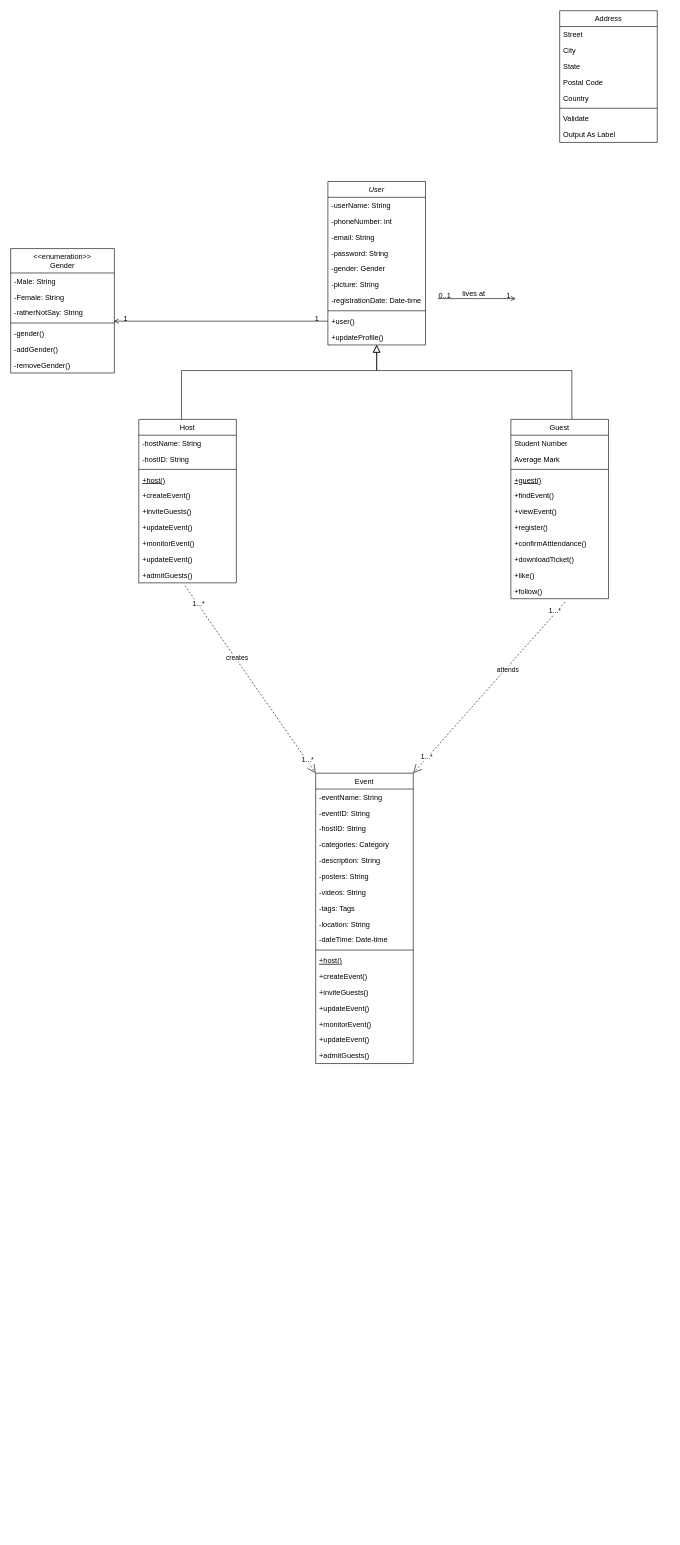
bujo-eayn/partydom keeps this draw.io diagram as Class Diagram.drawio. Above is the earlier version. Source tidied: cells renumbered, new cells numbered last; positions are measured from the earlier drawing's top-left corner, leaving out a move shared by most shapes. Both pictures are drawn from the tidied source at 61%, with x=0, y=0 at pixel (10, 10).
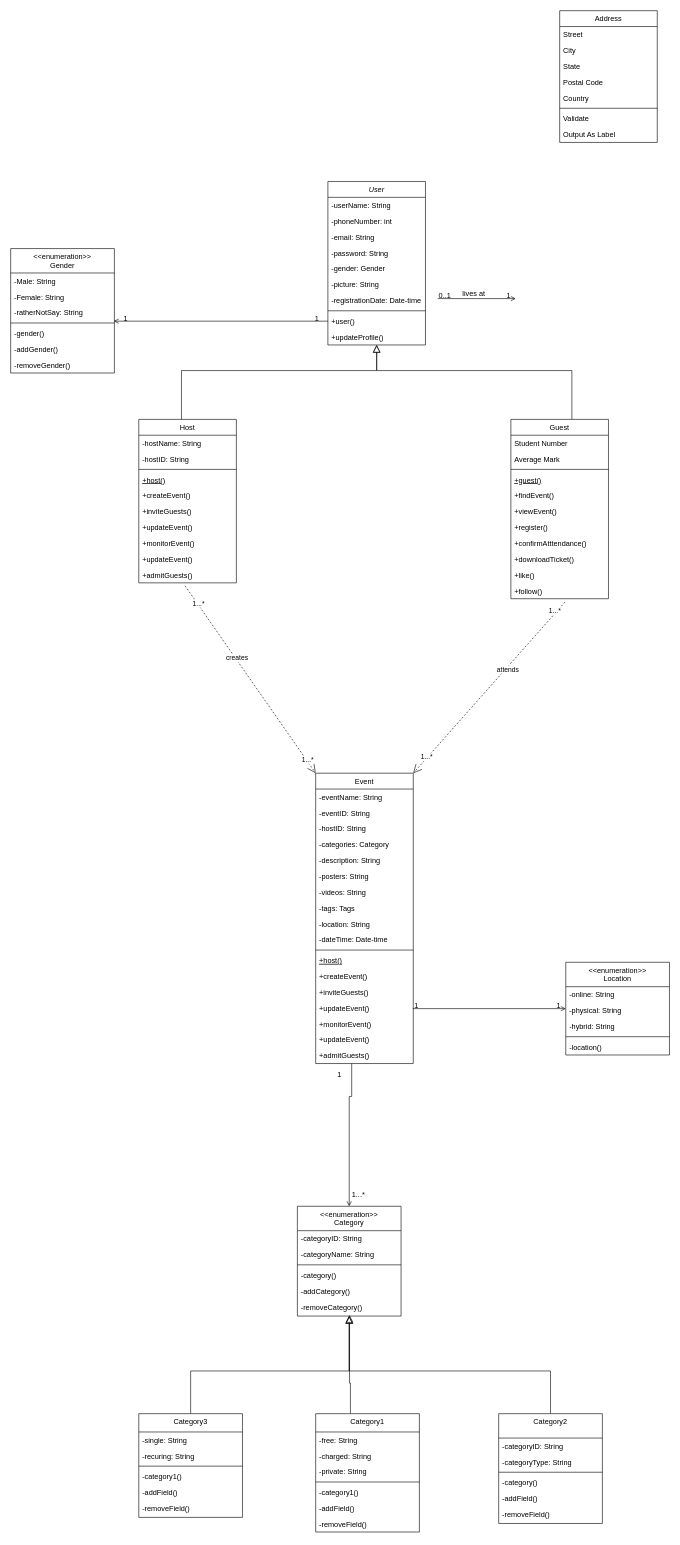
The same page after the edit.

The change refers to these unchanged cells:
```xml
<mxCell id="66" value="+updateEvent()" style="text;align=left;verticalAlign=top;spacingLeft=4;spacingRight=4;overflow=hidden;points=[[0,0.5],[1,0.5]];portConstraint=eastwest;" parent="51" vertex="1">
  <mxGeometry y="372" width="160" height="26" as="geometry" />
</mxCell>
<mxCell id="69" value="+admitGuests()" style="text;align=left;verticalAlign=top;spacingLeft=4;spacingRight=4;overflow=hidden;points=[[0,0.5],[1,0.5]];portConstraint=eastwest;" parent="51" vertex="1">
  <mxGeometry y="450" width="160" height="26" as="geometry" />
</mxCell>
```

What changed in the source:
```diff
@@
+    <mxCell id="89" value="&lt;&lt;enumeration&gt;&gt;&#10;Category" style="swimlane;fontStyle=0;align=center;verticalAlign=top;horizontal=1;startSize=40;rounded=0;shadow=0;strokeWidth=1;" parent="1" vertex="1">
+      <mxGeometry x="470" y="1960" width="170" height="180" as="geometry" />
+    </mxCell>
+    <mxCell id="90" value="-categoryID: String" style="text;align=left;verticalAlign=top;spacingLeft=4;spacingRight=4;overflow=hidden;" parent="89" vertex="1">
+      <mxGeometry y="40" width="170" height="26" as="geometry" />
+    </mxCell>
+    <mxCell id="91" value="-categoryName: String" style="text;align=left;verticalAlign=top;spacingLeft=4;spacingRight=4;overflow=hidden;rounded=0;shadow=0;html=0;" parent="89" vertex="1">
+      <mxGeometry y="66" width="170" height="26" as="geometry" />
+    </mxCell>
+    <mxCell id="92" style="line;html=1;strokeWidth=1;align=left;verticalAlign=middle;spacingTop=-1;spacingLeft=3;spacingRight=3;labelPosition=right;" parent="89" vertex="1">
+      <mxGeometry y="92" width="170" height="8" as="geometry" />
+    </mxCell>
+    <mxCell id="93" value="-category()" style="text;align=left;verticalAlign=top;spacingLeft=4;spacingRight=4;overflow=hidden;" parent="89" vertex="1">
+      <mxGeometry y="100" width="170" height="26" as="geometry" />
+    </mxCell>
+    <mxCell id="94" value="-addCategory()" style="text;align=left;verticalAlign=top;spacingLeft=4;spacingRight=4;overflow=hidden;" parent="89" vertex="1">
+      <mxGeometry y="126" width="170" height="26" as="geometry" />
+    </mxCell>
+    <mxCell id="95" value="-removeCategory()" style="text;align=left;verticalAlign=top;spacingLeft=4;spacingRight=4;overflow=hidden;points=[[0,0.5],[1,0.5]];portConstraint=eastwest;" parent="89" vertex="1">
+      <mxGeometry y="152" width="170" height="26" as="geometry" />
+    </mxCell>
+    <mxCell id="96" value="&lt;&lt;enumeration&gt;&gt;&#10;Location" style="swimlane;fontStyle=0;align=center;verticalAlign=top;horizontal=1;startSize=40;rounded=0;shadow=0;strokeWidth=1;" parent="1" vertex="1">
+      <mxGeometry x="910" y="1560" width="170" height="152" as="geometry" />
+    </mxCell>
+    <mxCell id="97" value="-online: String" style="text;align=left;verticalAlign=top;spacingLeft=4;spacingRight=4;overflow=hidden;" parent="96" vertex="1">
+      <mxGeometry y="40" width="170" height="26" as="geometry" />
+    </mxCell>
+    <mxCell id="98" value="-physical: String" style="text;align=left;verticalAlign=top;spacingLeft=4;spacingRight=4;overflow=hidden;rounded=0;shadow=0;html=0;" parent="96" vertex="1">
+      <mxGeometry y="66" width="170" height="26" as="geometry" />
+    </mxCell>
+    <mxCell id="99" value="-hybrid: String" style="text;align=left;verticalAlign=top;spacingLeft=4;spacingRight=4;overflow=hidden;rounded=0;shadow=0;html=0;" parent="96" vertex="1">
+      <mxGeometry y="92" width="170" height="26" as="geometry" />
+    </mxCell>
+    <mxCell id="100" style="line;html=1;strokeWidth=1;align=left;verticalAlign=middle;spacingTop=-1;spacingLeft=3;spacingRight=3;labelPosition=right;" parent="96" vertex="1">
+      <mxGeometry y="118" width="170" height="8" as="geometry" />
+    </mxCell>
+    <mxCell id="101" value="-location()" style="text;align=left;verticalAlign=top;spacingLeft=4;spacingRight=4;overflow=hidden;" parent="96" vertex="1">
+      <mxGeometry y="126" width="170" height="26" as="geometry" />
+    </mxCell>
+    <mxCell id="102" style="endArrow=block;endSize=10;endFill=0;shadow=0;strokeWidth=1;rounded=0;edgeStyle=elbowEdgeStyle;elbow=vertical;entryX=0.5;entryY=1;entryDx=0;entryDy=0;exitX=0.5;exitY=0;exitDx=0;exitDy=0;" parent="1" edge="1" source="120" target="89">
+      <mxGeometry relative="1" as="geometry">
+        <Array as="points">
+          <mxPoint x="370" y="2230" />
+          <mxPoint x="-120" y="1510" />
+          <mxPoint x="-440" y="1522" />
+          <mxPoint x="-450" y="1512" />
+        </Array>
+      </mxGeometry>
+    </mxCell>
+    <mxCell id="103" style="endArrow=block;endSize=10;endFill=0;shadow=0;strokeWidth=1;rounded=0;edgeStyle=elbowEdgeStyle;elbow=vertical;startArrow=none;entryX=0.5;entryY=1;entryDx=0;entryDy=0;exitX=0.5;exitY=0;exitDx=0;exitDy=0;" parent="1" edge="1" source="105" target="89">
+      <mxGeometry relative="1" as="geometry">
+        <Array as="points">
+          <mxPoint x="590" y="2230" />
+          <mxPoint x="20" y="1510" />
+          <mxPoint x="40" y="1520" />
+          <mxPoint x="210" y="1552" />
+          <mxPoint x="170" y="1552" />
+        </Array>
+      </mxGeometry>
+    </mxCell>
+    <mxCell id="104" style="endArrow=block;endSize=10;endFill=0;shadow=0;strokeWidth=1;rounded=0;edgeStyle=elbowEdgeStyle;elbow=vertical;startArrow=none;entryX=0.503;entryY=1.01;entryDx=0;entryDy=0;entryPerimeter=0;exitX=0.335;exitY=-0.001;exitDx=0;exitDy=0;exitPerimeter=0;" parent="1" edge="1" source="112" target="95">
+      <mxGeometry relative="1" as="geometry">
+        <Array as="points">
+          <mxPoint x="570" y="2250" />
+          <mxPoint x="600" y="2210" />
+          <mxPoint x="900" y="2140" />
+          <mxPoint x="630" y="2140" />
+          <mxPoint x="730" y="2160" />
+          <mxPoint x="820" y="1970" />
+          <mxPoint x="171" y="1714" />
+          <mxPoint x="131" y="1714" />
+        </Array>
+      </mxGeometry>
+    </mxCell>
+    <mxCell id="105" value="Category2" style="swimlane;fontStyle=0;align=center;verticalAlign=top;horizontal=1;startSize=40;rounded=0;shadow=0;strokeWidth=1;" parent="1" vertex="1">
+      <mxGeometry x="800" y="2300" width="170" height="180" as="geometry" />
+    </mxCell>
+    <mxCell id="106" value="-categoryID: String" style="text;align=left;verticalAlign=top;spacingLeft=4;spacingRight=4;overflow=hidden;" parent="105" vertex="1">
+      <mxGeometry y="40" width="170" height="26" as="geometry" />
+    </mxCell>
+    <mxCell id="107" value="-categoryType: String" style="text;align=left;verticalAlign=top;spacingLeft=4;spacingRight=4;overflow=hidden;rounded=0;shadow=0;html=0;" parent="105" vertex="1">
+      <mxGeometry y="66" width="170" height="26" as="geometry" />
+    </mxCell>
+    <mxCell id="108" style="line;html=1;strokeWidth=1;align=left;verticalAlign=middle;spacingTop=-1;spacingLeft=3;spacingRight=3;labelPosition=right;" parent="105" vertex="1">
+      <mxGeometry y="92" width="170" height="8" as="geometry" />
+    </mxCell>
+    <mxCell id="109" value="-category()" style="text;align=left;verticalAlign=top;spacingLeft=4;spacingRight=4;overflow=hidden;" parent="105" vertex="1">
+      <mxGeometry y="100" width="170" height="26" as="geometry" />
+    </mxCell>
+    <mxCell id="110" value="-addField()" style="text;align=left;verticalAlign=top;spacingLeft=4;spacingRight=4;overflow=hidden;" parent="105" vertex="1">
+      <mxGeometry y="126" width="170" height="26" as="geometry" />
+    </mxCell>
+    <mxCell id="111" value="-removeField()" style="text;align=left;verticalAlign=top;spacingLeft=4;spacingRight=4;overflow=hidden;" parent="105" vertex="1">
+      <mxGeometry y="152" width="170" height="26" as="geometry" />
+    </mxCell>
+    <mxCell id="112" value="Category1" style="swimlane;fontStyle=0;align=center;verticalAlign=top;horizontal=1;startSize=30;rounded=0;shadow=0;strokeWidth=1;" parent="1" vertex="1">
+      <mxGeometry x="500" y="2300" width="170" height="194" as="geometry" />
+    </mxCell>
+    <mxCell id="113" value="-free: String" style="text;align=left;verticalAlign=top;spacingLeft=4;spacingRight=4;overflow=hidden;" parent="112" vertex="1">
+      <mxGeometry y="30" width="170" height="26" as="geometry" />
+    </mxCell>
+    <mxCell id="114" value="-charged: String" style="text;align=left;verticalAlign=top;spacingLeft=4;spacingRight=4;overflow=hidden;rounded=0;shadow=0;html=0;" parent="112" vertex="1">
+      <mxGeometry y="56" width="170" height="26" as="geometry" />
+    </mxCell>
+    <mxCell id="115" value="-private: String" style="text;align=left;verticalAlign=top;spacingLeft=4;spacingRight=4;overflow=hidden;rounded=0;shadow=0;html=0;" parent="112" vertex="1">
+      <mxGeometry y="82" width="170" height="26" as="geometry" />
+    </mxCell>
+    <mxCell id="116" style="line;html=1;strokeWidth=1;align=left;verticalAlign=middle;spacingTop=-1;spacingLeft=3;spacingRight=3;labelPosition=right;" parent="112" vertex="1">
+      <mxGeometry y="108" width="170" height="8" as="geometry" />
+    </mxCell>
+    <mxCell id="117" value="-category1()" style="text;align=left;verticalAlign=top;spacingLeft=4;spacingRight=4;overflow=hidden;" parent="112" vertex="1">
+      <mxGeometry y="116" width="170" height="26" as="geometry" />
+    </mxCell>
+    <mxCell id="118" value="-addField()" style="text;align=left;verticalAlign=top;spacingLeft=4;spacingRight=4;overflow=hidden;" parent="112" vertex="1">
+      <mxGeometry y="142" width="170" height="26" as="geometry" />
+    </mxCell>
+    <mxCell id="119" value="-removeField()" style="text;align=left;verticalAlign=top;spacingLeft=4;spacingRight=4;overflow=hidden;" parent="112" vertex="1">
+      <mxGeometry y="168" width="170" height="26" as="geometry" />
+    </mxCell>
+    <mxCell id="120" value="Category3" style="swimlane;fontStyle=0;align=center;verticalAlign=top;horizontal=1;startSize=30;rounded=0;shadow=0;strokeWidth=1;" parent="1" vertex="1">
+      <mxGeometry x="210" y="2300" width="170" height="170" as="geometry" />
+    </mxCell>
+    <mxCell id="121" value="-single: String" style="text;align=left;verticalAlign=top;spacingLeft=4;spacingRight=4;overflow=hidden;" parent="120" vertex="1">
+      <mxGeometry y="30" width="170" height="26" as="geometry" />
+    </mxCell>
+    <mxCell id="122" value="-recuring: String" style="text;align=left;verticalAlign=top;spacingLeft=4;spacingRight=4;overflow=hidden;rounded=0;shadow=0;html=0;" parent="120" vertex="1">
+      <mxGeometry y="56" width="170" height="26" as="geometry" />
+    </mxCell>
+    <mxCell id="123" style="line;html=1;strokeWidth=1;align=left;verticalAlign=middle;spacingTop=-1;spacingLeft=3;spacingRight=3;labelPosition=right;" parent="120" vertex="1">
+      <mxGeometry y="82" width="170" height="8" as="geometry" />
+    </mxCell>
+    <mxCell id="124" value="-category1()" style="text;align=left;verticalAlign=top;spacingLeft=4;spacingRight=4;overflow=hidden;" parent="120" vertex="1">
+      <mxGeometry y="90" width="170" height="26" as="geometry" />
+    </mxCell>
+    <mxCell id="125" value="-addField()" style="text;align=left;verticalAlign=top;spacingLeft=4;spacingRight=4;overflow=hidden;" parent="120" vertex="1">
+      <mxGeometry y="116" width="170" height="26" as="geometry" />
+    </mxCell>
+    <mxCell id="126" value="-removeField()" style="text;align=left;verticalAlign=top;spacingLeft=4;spacingRight=4;overflow=hidden;" parent="120" vertex="1">
+      <mxGeometry y="142" width="170" height="26" as="geometry" />
+    </mxCell>
+    <mxCell id="127" style="endArrow=open;shadow=0;strokeWidth=1;rounded=0;endFill=1;edgeStyle=elbowEdgeStyle;elbow=vertical;exitX=0.369;exitY=1.004;exitDx=0;exitDy=0;exitPerimeter=0;entryX=0.5;entryY=0;entryDx=0;entryDy=0;" parent="1" edge="1" source="69" target="89">
+      <mxGeometry x="0.5" y="41" relative="1" as="geometry">
+        <Array as="points">
+          <mxPoint x="555" y="1780" />
+          <mxPoint x="540" y="1830" />
+          <mxPoint x="271" y="1880.1" />
+        </Array>
+        <mxPoint x="-40" y="32" as="offset" />
+      </mxGeometry>
+    </mxCell>
+    <mxCell id="128" value="1" style="align=left;verticalAlign=bottom;labelBackgroundColor=none;fontSize=12;" parent="127" vertex="1">
+      <mxGeometry x="-1" relative="1" as="geometry">
+        <mxPoint x="-25" y="26" as="offset" />
+      </mxGeometry>
+    </mxCell>
+    <mxCell id="129" value="1...*" style="align=right;verticalAlign=bottom;labelBackgroundColor=none;fontSize=12;" parent="127" vertex="1">
+      <mxGeometry x="1" relative="1" as="geometry">
+        <mxPoint x="27" y="-11" as="offset" />
+      </mxGeometry>
+    </mxCell>
+    <mxCell id="130" style="endArrow=open;shadow=0;strokeWidth=1;rounded=0;endFill=1;edgeStyle=elbowEdgeStyle;elbow=vertical;exitX=1;exitY=0.5;exitDx=0;exitDy=0;entryX=0;entryY=0.5;entryDx=0;entryDy=0;" parent="1" edge="1" source="66" target="96">
+      <mxGeometry x="0.5" y="41" relative="1" as="geometry">
+        <mxPoint x="-40" y="32" as="offset" />
+      </mxGeometry>
+    </mxCell>
+    <mxCell id="131" value="1" style="align=left;verticalAlign=bottom;labelBackgroundColor=none;fontSize=12;" parent="130" vertex="1">
+      <mxGeometry x="-1" relative="1" as="geometry">
+        <mxPoint y="4" as="offset" />
+      </mxGeometry>
+    </mxCell>
+    <mxCell id="132" value="1" style="align=right;verticalAlign=bottom;labelBackgroundColor=none;fontSize=12;" parent="130" vertex="1">
+      <mxGeometry x="1" relative="1" as="geometry">
+        <mxPoint x="-7" y="4" as="offset" />
+      </mxGeometry>
+    </mxCell>
```
